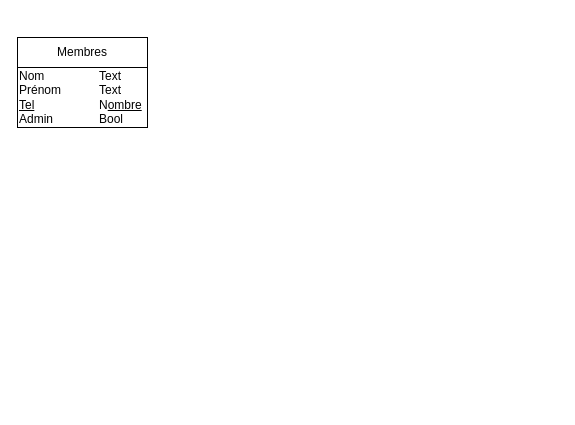
Above: MCD.drawio in ChristopherPardo/Fiame-Desk (draw.io), before the change. Source tidied: cells renumbered, new cells numbered last; positions are measured from the earlier drawing's top-left corner, leaving out a move shared by most shapes. Both pictures are drawn from the tidied source at 100%, with x=0, y=0 at pixel (17, 37).
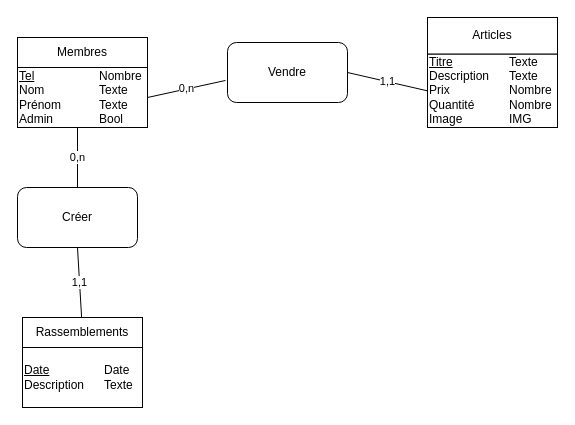
Above is the later version.

Commit message (it also covers changes not shown here):
end mcd

The edit, as a diff of the source:
```diff
@@
 <mxGraphModel>
   <root>
     <mxCell id="0" />
     <mxCell id="1" parent="0" />
     <mxCell id="2" style="group;" parent="1" vertex="1">
       <mxGeometry width="130" height="90" as="geometry" />
     </mxCell>
     <mxCell id="3" value="Membres" style="rounded=0;whiteSpace=wrap;html=1;" parent="2" vertex="1">
       <mxGeometry width="130" height="30" as="geometry" />
     </mxCell>
-    <mxCell id="4" value="Nom&lt;span style=&quot;white-space: pre&quot;&gt;&#9;&lt;/span&gt;&lt;span style=&quot;white-space: pre&quot;&gt;&#9;&lt;/span&gt;Text&lt;br&gt;Prénom&lt;span style=&quot;white-space: pre&quot;&gt;&#9;&lt;/span&gt;&lt;span style=&quot;white-space: pre&quot;&gt;&#9;&lt;/span&gt;Text&lt;br&gt;&lt;u&gt;Tel&lt;/u&gt;&lt;span style=&quot;white-space: pre&quot;&gt;&#9;&lt;/span&gt;&lt;span style=&quot;white-space: pre&quot;&gt;&#9;&lt;/span&gt;&lt;span style=&quot;white-space: pre&quot;&gt;&#9;&lt;/span&gt;N&lt;u&gt;ombre&lt;/u&gt;&lt;br&gt;Admin&lt;span style=&quot;white-space: pre&quot;&gt;&#9;&lt;/span&gt;&lt;span style=&quot;white-space: pre&quot;&gt;&#9;&lt;/span&gt;Bool" style="rounded=0;whiteSpace=wrap;html=1;align=left;" parent="2" vertex="1">
+    <mxCell id="4" value="&lt;u&gt;Tel&lt;/u&gt;&lt;span style=&quot;white-space: pre&quot;&gt;&#9;&lt;/span&gt;&lt;span style=&quot;white-space: pre&quot;&gt;&#9;&lt;/span&gt;&lt;span style=&quot;white-space: pre&quot;&gt;&#9;&lt;/span&gt;Nombre&lt;br&gt;Nom&lt;span&gt;&#9;&lt;span style=&quot;white-space: pre&quot;&gt;&#9;&lt;/span&gt;&lt;span style=&quot;white-space: pre&quot;&gt;&#9;&lt;/span&gt;&lt;/span&gt;Texte&lt;br&gt;Prénom&lt;span style=&quot;white-space: pre&quot;&gt;&#9;&lt;/span&gt;&lt;span style=&quot;white-space: pre&quot;&gt;&#9;&lt;/span&gt;Texte&lt;br&gt;Admin&lt;span style=&quot;white-space: pre&quot;&gt;&#9;&lt;/span&gt;&lt;span style=&quot;white-space: pre&quot;&gt;&#9;&lt;/span&gt;Bool" style="rounded=0;whiteSpace=wrap;html=1;align=left;" parent="2" vertex="1">
       <mxGeometry y="30" width="130" height="60" as="geometry" />
     </mxCell>
+    <mxCell id="5" style="group;" parent="1" vertex="1">
+      <mxGeometry x="410" y="-20" width="130" height="110" as="geometry" />
+    </mxCell>
+    <mxCell id="6" value="Articles" style="rounded=0;whiteSpace=wrap;html=1;" parent="5" vertex="1">
+      <mxGeometry width="130" height="36.7" as="geometry" />
+    </mxCell>
+    <mxCell id="7" value="&lt;u&gt;Titre&lt;/u&gt;&lt;span style=&quot;white-space: pre&quot;&gt;&#9;&lt;/span&gt;&lt;span style=&quot;white-space: pre&quot;&gt;&#9;&lt;span style=&quot;white-space: pre&quot;&gt;&#9;&lt;/span&gt;T&lt;/span&gt;exte&lt;br&gt;Description&lt;span style=&quot;white-space: pre&quot;&gt;&#9;&lt;/span&gt;Texte&lt;br&gt;Prix&lt;span style=&quot;white-space: pre&quot;&gt;&#9;&lt;/span&gt;&lt;span style=&quot;white-space: pre&quot;&gt;&#9;&lt;/span&gt;&lt;span style=&quot;white-space: pre&quot;&gt;&#9;&lt;/span&gt;Nombre&lt;br&gt;Quantité&lt;span style=&quot;white-space: pre&quot;&gt;&#9;&lt;/span&gt;&lt;span style=&quot;white-space: pre&quot;&gt;&#9;&lt;/span&gt;Nombre&lt;br&gt;Image&lt;span style=&quot;white-space: pre&quot;&gt;&#9;&lt;/span&gt;&lt;span style=&quot;white-space: pre&quot;&gt;&#9;&lt;/span&gt;IMG" style="rounded=0;whiteSpace=wrap;html=1;align=left;" parent="5" vertex="1">
+      <mxGeometry y="36.7" width="130" height="73.3" as="geometry" />
+    </mxCell>
+    <mxCell id="8" style="group;" parent="1" vertex="1">
+      <mxGeometry x="5" y="280" width="120" height="90" as="geometry" />
+    </mxCell>
+    <mxCell id="9" value="Rassemblements" style="rounded=0;whiteSpace=wrap;html=1;" parent="8" vertex="1">
+      <mxGeometry width="120" height="30" as="geometry" />
+    </mxCell>
+    <mxCell id="10" value="&lt;u&gt;Date&lt;/u&gt;&lt;span style=&quot;white-space: pre&quot;&gt;&#9;&lt;/span&gt;&lt;span style=&quot;white-space: pre&quot;&gt;&#9;&lt;/span&gt;Date&lt;br&gt;Description&lt;span style=&quot;white-space: pre&quot;&gt;&#9;&lt;/span&gt;Texte" style="rounded=0;whiteSpace=wrap;html=1;align=left;" parent="8" vertex="1">
+      <mxGeometry y="30" width="120" height="60" as="geometry" />
+    </mxCell>
+    <mxCell id="11" value="Vendre" style="rounded=1;whiteSpace=wrap;html=1;" parent="1" vertex="1">
+      <mxGeometry x="210" y="5" width="120" height="60" as="geometry" />
+    </mxCell>
+    <mxCell id="12" value="Créer" style="rounded=1;whiteSpace=wrap;html=1;" parent="1" vertex="1">
+      <mxGeometry y="150" width="120" height="60" as="geometry" />
+    </mxCell>
+    <mxCell id="13" value="0,n" style="endArrow=none;html=1;rounded=0;entryX=-0.017;entryY=0.633;entryDx=0;entryDy=0;entryPerimeter=0;exitX=1;exitY=0.5;exitDx=0;exitDy=0;" parent="1" edge="1" source="4" target="11">
+      <mxGeometry relative="1" as="geometry" />
+    </mxCell>
+    <mxCell id="14" value="1,1" style="endArrow=none;html=1;rounded=0;entryX=0;entryY=0.5;entryDx=0;entryDy=0;exitX=1;exitY=0.5;exitDx=0;exitDy=0;" parent="1" edge="1" source="11" target="7">
+      <mxGeometry relative="1" as="geometry" />
+    </mxCell>
+    <mxCell id="15" value="0,n" style="endArrow=none;html=1;rounded=0;" parent="1" edge="1" source="12">
+      <mxGeometry relative="1" as="geometry">
+        <mxPoint x="60" y="90" as="targetPoint" />
+      </mxGeometry>
+    </mxCell>
+    <mxCell id="16" value="1,1" style="endArrow=none;html=1;rounded=0;entryX=0.5;entryY=1;entryDx=0;entryDy=0;" parent="1" edge="1" source="9" target="12">
+      <mxGeometry relative="1" as="geometry" />
+    </mxCell>
   </root>
 </mxGraphModel>
```
